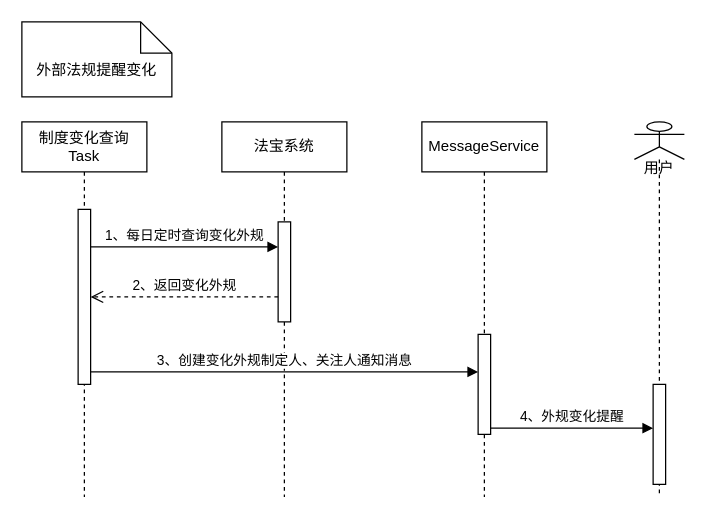
HomeLives/2020-10-26-Vue-Servlet keeps this draw.io diagram as 外部法规提醒.drawio. Above is the earlier version. Source tidied: cells renumbered, new cells numbered last; positions are measured from the earlier drawing's top-left corner, leaving out a move shared by most shapes. Both pictures are drawn from the tidied source at 125%, with x=0, y=0 at pixel (21, 21).
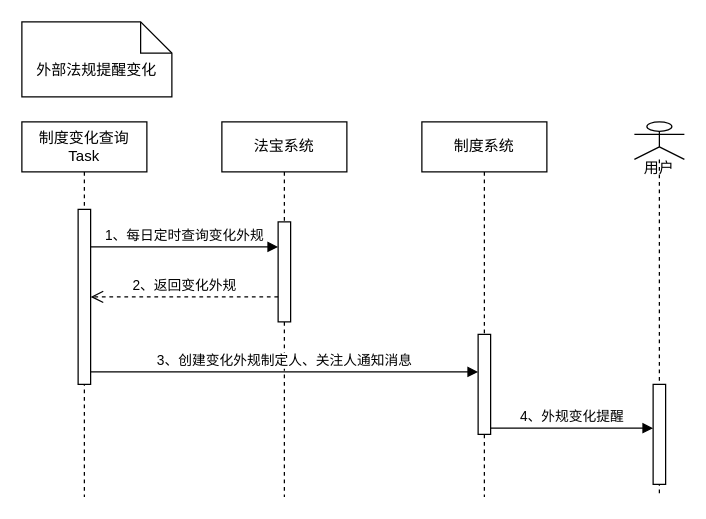
The same page after the edit.

Commit message:
更新外部法规提醒.drawio

Diff of the diagram source:
```diff
@@
 <mxGraphModel>
   <root>
     <mxCell id="0" />
     <mxCell id="1" parent="0" />
     <mxCell id="2" value="外部法规提醒变化" style="shape=note2;boundedLbl=1;whiteSpace=wrap;html=1;size=25;verticalAlign=top;align=center;" parent="1" vertex="1">
       <mxGeometry width="120" height="60" as="geometry" />
     </mxCell>
     <mxCell id="3" value="制度变化查询&lt;div&gt;Task&lt;/div&gt;" style="shape=umlLifeline;perimeter=lifelinePerimeter;whiteSpace=wrap;html=1;newEdgeStyle={&quot;curved&quot;:0,&quot;rounded&quot;:0};" parent="1" vertex="1">
       <mxGeometry y="80" width="100" height="300" as="geometry" />
     </mxCell>
     <mxCell id="4" style="html=1;perimeter=orthogonalPerimeter;targetShapes=umlLifeline;newEdgeStyle={&quot;curved&quot;:0,&quot;rounded&quot;:0};" parent="3" vertex="1">
       <mxGeometry x="45" y="70" width="10" height="140" as="geometry" />
     </mxCell>
     <mxCell id="5" value="法宝系统" style="shape=umlLifeline;perimeter=lifelinePerimeter;whiteSpace=wrap;html=1;newEdgeStyle={&quot;curved&quot;:0,&quot;rounded&quot;:0};" parent="1" vertex="1">
       <mxGeometry x="160" y="80" width="100" height="300" as="geometry" />
     </mxCell>
     <mxCell id="6" style="html=1;points=[[0,0,0,0,5],[0,1,0,0,-5],[1,0,0,0,5],[1,1,0,0,-5]];perimeter=orthogonalPerimeter;outlineConnect=0;targetShapes=umlLifeline;portConstraint=eastwest;newEdgeStyle={&quot;curved&quot;:0,&quot;rounded&quot;:0};" parent="5" vertex="1">
       <mxGeometry x="45" y="80" width="10" height="80" as="geometry" />
     </mxCell>
-    <mxCell id="7" value="MessageService" style="shape=umlLifeline;perimeter=lifelinePerimeter;whiteSpace=wrap;html=1;newEdgeStyle={&quot;curved&quot;:0,&quot;rounded&quot;:0};" parent="1" vertex="1">
+    <mxCell id="7" value="制度系统" style="shape=umlLifeline;perimeter=lifelinePerimeter;whiteSpace=wrap;html=1;newEdgeStyle={&quot;curved&quot;:0,&quot;rounded&quot;:0};" parent="1" vertex="1">
       <mxGeometry x="320" y="80" width="100" height="300" as="geometry" />
     </mxCell>
     <mxCell id="8" style="html=1;points=[[0,0,0,0,5],[0,1,0,0,-5],[1,0,0,0,5],[1,1,0,0,-5]];perimeter=orthogonalPerimeter;outlineConnect=0;targetShapes=umlLifeline;portConstraint=eastwest;newEdgeStyle={&quot;curved&quot;:0,&quot;rounded&quot;:0};" parent="7" vertex="1">
       <mxGeometry x="45" y="170" width="10" height="80" as="geometry" />
     </mxCell>
     <mxCell id="9" value="&amp;nbsp; &amp;nbsp; &amp;nbsp; &amp;nbsp; &amp;nbsp; &amp;nbsp; &amp;nbsp; &amp;nbsp; &amp;nbsp; &amp;nbsp; &amp;nbsp; &amp;nbsp; &amp;nbsp; &amp;nbsp; &amp;nbsp; &amp;nbsp; &amp;nbsp; 用户" style="shape=umlLifeline;perimeter=lifelinePerimeter;whiteSpace=wrap;html=1;newEdgeStyle={&quot;curved&quot;:0,&quot;rounded&quot;:0};participant=umlActor;size=30;" parent="1" vertex="1">
       <mxGeometry x="490" y="80" width="40" height="300" as="geometry" />
     </mxCell>
     <mxCell id="10" style="html=1;points=[[0,0,0,0,5],[0,1,0,0,-5],[1,0,0,0,5],[1,1,0,0,-5]];perimeter=orthogonalPerimeter;outlineConnect=0;targetShapes=umlLifeline;portConstraint=eastwest;newEdgeStyle={&quot;curved&quot;:0,&quot;rounded&quot;:0};" parent="9" vertex="1">
       <mxGeometry x="15" y="210" width="10" height="80" as="geometry" />
     </mxCell>
     <mxCell id="11" value="1、每日定时查询变化外规" style="html=1;verticalAlign=bottom;endArrow=block;curved=0;rounded=0;" parent="1" edge="1" target="6">
       <mxGeometry relative="1" as="geometry">
         <mxPoint x="55" y="180" as="sourcePoint" />
       </mxGeometry>
     </mxCell>
     <mxCell id="12" value="2、返回变化外规" style="html=1;verticalAlign=bottom;endArrow=open;dashed=1;endSize=8;curved=0;rounded=0;" parent="1" edge="1">
       <mxGeometry relative="1" as="geometry">
         <mxPoint x="205" y="220" as="sourcePoint" />
         <mxPoint x="55" y="220" as="targetPoint" />
       </mxGeometry>
     </mxCell>
     <mxCell id="13" value="3、创建变化外规制定人、关注人通知消息" style="html=1;verticalAlign=bottom;endArrow=block;curved=0;rounded=0;" parent="1" edge="1">
       <mxGeometry relative="1" as="geometry">
         <mxPoint x="55" y="280" as="sourcePoint" />
         <mxPoint x="365" y="280" as="targetPoint" />
       </mxGeometry>
     </mxCell>
     <mxCell id="14" value="4、外规变化提醒" style="html=1;verticalAlign=bottom;endArrow=block;curved=0;rounded=0;exitX=1;exitY=1;exitDx=0;exitDy=-5;exitPerimeter=0;" parent="1" edge="1" source="8" target="10">
       <mxGeometry relative="1" as="geometry" />
     </mxCell>
   </root>
 </mxGraphModel>
```
